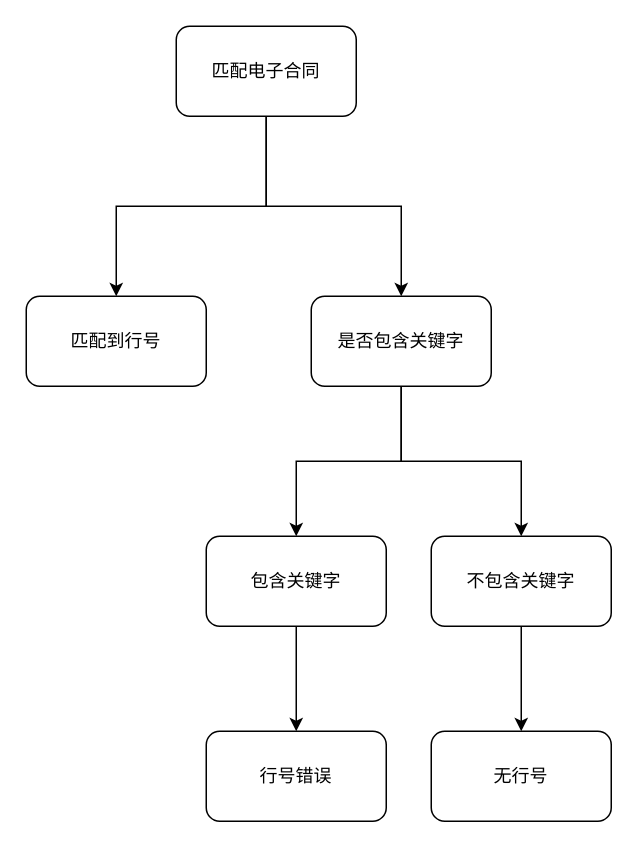
Earlier version of the draw.io diagram 匹配无行号逻辑.drawio (ammengke/my-drawio). Source tidied: cells renumbered, new cells numbered last; positions are measured from the earlier drawing's top-left corner, leaving out a move shared by most shapes. Both pictures are drawn from the tidied source at 150%, with x=0, y=0 at pixel (26, 26).
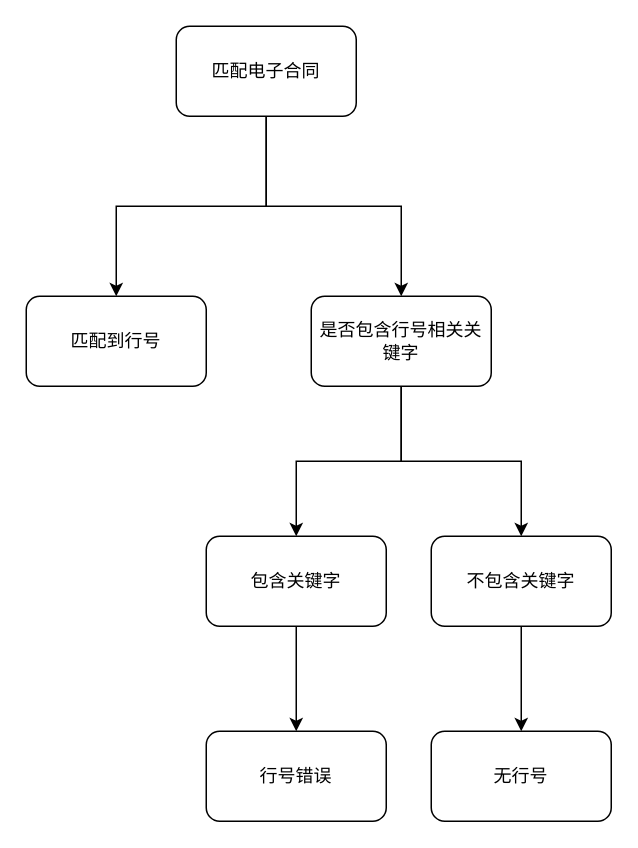
Above is the later version.

Commit message (it also covers changes not shown here):
Update 匹配无行号逻辑.drawio

What changed in the source:
```diff
@@
 <mxGraphModel>
   <root>
     <mxCell id="0" />
     <mxCell id="1" parent="0" />
     <mxCell id="2" style="edgeStyle=orthogonalEdgeStyle;rounded=0;jettySize=auto;html=1;" parent="1" edge="1" source="4" target="8">
       <mxGeometry relative="1" as="geometry" />
     </mxCell>
     <mxCell id="3" style="edgeStyle=orthogonalEdgeStyle;rounded=0;jettySize=auto;html=1;" parent="1" edge="1" source="4" target="5">
       <mxGeometry relative="1" as="geometry" />
     </mxCell>
     <mxCell id="4" value="匹配电子合同" style="rounded=1;whiteSpace=wrap;html=1;" parent="1" vertex="1">
       <mxGeometry x="100" width="120" height="60" as="geometry" />
     </mxCell>
     <mxCell id="5" value="匹配到行号" style="rounded=1;whiteSpace=wrap;html=1;" parent="1" vertex="1">
       <mxGeometry y="180" width="120" height="60" as="geometry" />
     </mxCell>
     <mxCell id="6" style="edgeStyle=orthogonalEdgeStyle;rounded=0;jettySize=auto;html=1;" parent="1" edge="1" source="8" target="10">
       <mxGeometry relative="1" as="geometry" />
     </mxCell>
     <mxCell id="7" style="edgeStyle=orthogonalEdgeStyle;rounded=0;jettySize=auto;html=1;" parent="1" edge="1" source="8" target="12">
       <mxGeometry relative="1" as="geometry" />
     </mxCell>
-    <mxCell id="8" value="是否包含关键字" style="rounded=1;whiteSpace=wrap;html=1;" parent="1" vertex="1">
+    <mxCell id="8" value="是否包含行号相关关键字" style="rounded=1;whiteSpace=wrap;html=1;" parent="1" vertex="1">
       <mxGeometry x="190" y="180" width="120" height="60" as="geometry" />
     </mxCell>
     <mxCell id="9" style="edgeStyle=orthogonalEdgeStyle;rounded=0;jettySize=auto;html=1;" parent="1" edge="1" source="10" target="14">
       <mxGeometry relative="1" as="geometry" />
     </mxCell>
     <mxCell id="10" value="包含关键字" style="rounded=1;whiteSpace=wrap;html=1;" parent="1" vertex="1">
       <mxGeometry x="120" y="340" width="120" height="60" as="geometry" />
     </mxCell>
     <mxCell id="11" style="edgeStyle=orthogonalEdgeStyle;rounded=0;jettySize=auto;html=1;" parent="1" edge="1" source="12" target="13">
       <mxGeometry relative="1" as="geometry" />
     </mxCell>
     <mxCell id="12" value="不包含关键字" style="rounded=1;whiteSpace=wrap;html=1;" parent="1" vertex="1">
       <mxGeometry x="270" y="340" width="120" height="60" as="geometry" />
     </mxCell>
     <mxCell id="13" value="无行号" style="rounded=1;whiteSpace=wrap;html=1;" parent="1" vertex="1">
       <mxGeometry x="270" y="470" width="120" height="60" as="geometry" />
     </mxCell>
     <mxCell id="14" value="行号错误" style="rounded=1;whiteSpace=wrap;html=1;" parent="1" vertex="1">
       <mxGeometry x="120" y="470" width="120" height="60" as="geometry" />
     </mxCell>
   </root>
 </mxGraphModel>
```
